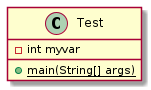
This is docs/uml/test.png from andrewdimmer/csi-3370-software-project-config-test, a PlantUML export, as it was before one commit. The source it was exported from:
```plantuml
@startuml test

class Test {
    - int myvar
    {static} + main(String[] args)
}

@enduml
```
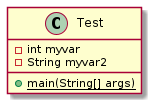
After the change.

Commit message:
Generate SVG and PNG images for PlantUML diagrams

Change to the diagram source:
```diff
@@ -2,6 +2,7 @@
 
 class Test {
     - int myvar
+    - String myvar2
     {static} + main(String[] args)
 }
 
```
